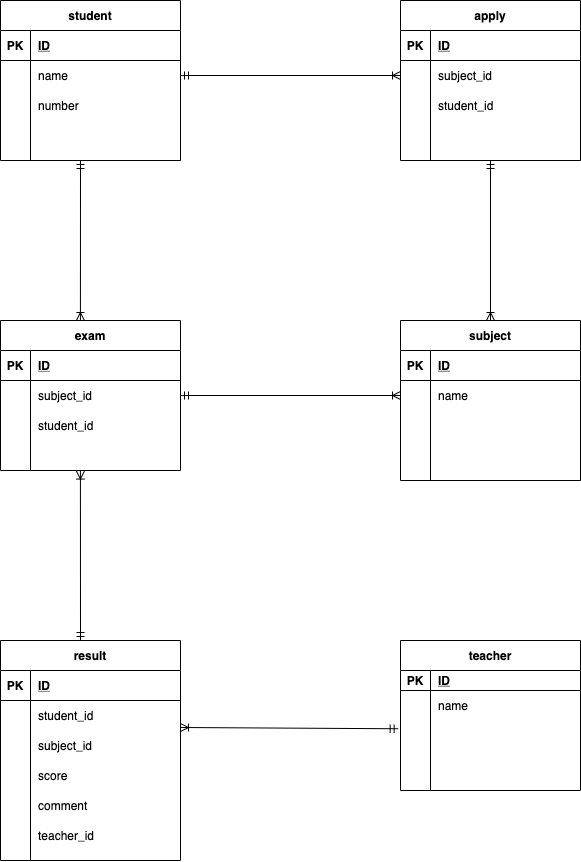
Above: index.drawio.png in kurakawaryunosuke/datebase (draw.io), before the change. Source tidied: cells renumbered, new cells last; positions are measured from the earlier drawing's top-left corner, leaving out a move shared by most shapes.
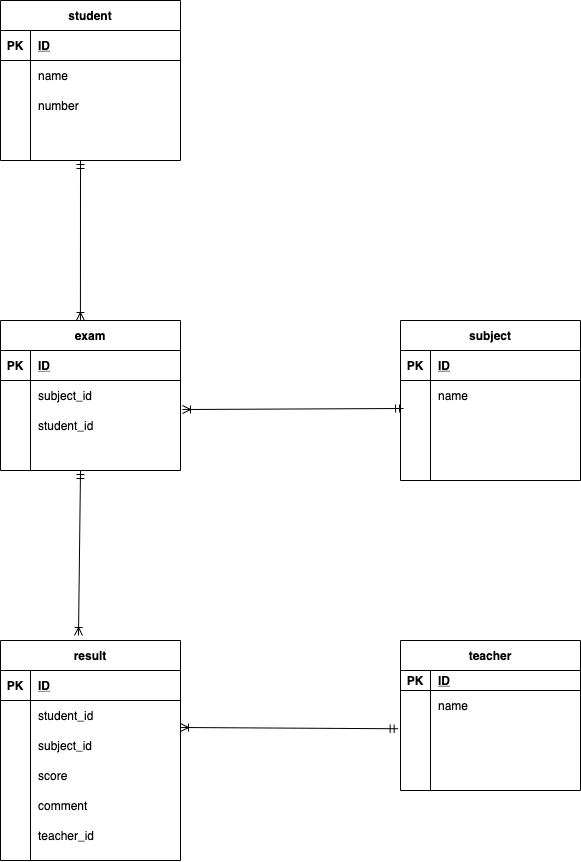
The same diagram one commit later.

Commit message:
リレーション

Change to the diagram source:
```diff
@@ -41,48 +41,6 @@
     <mxCell id="14" style="shape=partialRectangle;fillColor=none;top=0;left=0;bottom=0;right=0;align=left;spacingLeft=6;overflow=hidden;" parent="12" vertex="1">
       <mxGeometry x="30" width="150" height="30" as="geometry" />
     </mxCell>
-    <mxCell id="15" value="apply" style="shape=table;startSize=30;rowLines=0;fontStyle=1;align=center;" parent="1" vertex="1">
-      <mxGeometry x="400" width="180" height="160" as="geometry" />
-    </mxCell>
-    <mxCell id="16" style="shape=partialRectangle;fillColor=none;top=0;left=0;bottom=1;right=0;" parent="15" vertex="1">
-      <mxGeometry y="30" width="180" height="30" as="geometry" />
-    </mxCell>
-    <mxCell id="17" value="PK" style="shape=partialRectangle;fillColor=none;top=0;left=0;bottom=0;right=0;fontStyle=1;overflow=hidden;" parent="16" vertex="1">
-      <mxGeometry width="30" height="30" as="geometry" />
-    </mxCell>
-    <mxCell id="18" value="ID" style="shape=partialRectangle;fillColor=none;top=0;left=0;bottom=0;right=0;align=left;spacingLeft=6;fontStyle=5;overflow=hidden;" parent="16" vertex="1">
-      <mxGeometry x="30" width="150" height="30" as="geometry" />
-    </mxCell>
-    <mxCell id="19" style="shape=partialRectangle;fillColor=none;top=0;left=0;bottom=0;right=0;points=[[0,0.5],[1,0.5]];portConstraint=eastwest;" parent="15" vertex="1">
-      <mxGeometry y="60" width="180" height="30" as="geometry" />
-    </mxCell>
-    <mxCell id="20" style="shape=partialRectangle;fillColor=none;top=0;left=0;bottom=0;right=0;overflow=hidden;" parent="19" vertex="1">
-      <mxGeometry width="30" height="30" as="geometry" />
-    </mxCell>
-    <mxCell id="21" value="subject_id" style="shape=partialRectangle;fillColor=none;top=0;left=0;bottom=0;right=0;align=left;spacingLeft=6;overflow=hidden;" parent="19" vertex="1">
-      <mxGeometry x="30" width="150" height="30" as="geometry" />
-    </mxCell>
-    <mxCell id="22" style="shape=partialRectangle;fillColor=none;top=0;left=0;bottom=0;right=0;" parent="15" vertex="1">
-      <mxGeometry y="90" width="180" height="30" as="geometry" />
-    </mxCell>
-    <mxCell id="23" style="shape=partialRectangle;fillColor=none;top=0;left=0;bottom=0;right=0;overflow=hidden;" parent="22" vertex="1">
-      <mxGeometry width="30" height="30" as="geometry" />
-    </mxCell>
-    <mxCell id="24" value="student_id" style="shape=partialRectangle;fillColor=none;top=0;left=0;bottom=0;right=0;align=left;spacingLeft=6;overflow=hidden;" parent="22" vertex="1">
-      <mxGeometry x="30" width="150" height="30" as="geometry" />
-    </mxCell>
-    <mxCell id="25" style="shape=partialRectangle;fillColor=none;top=0;left=0;bottom=0;right=0;" parent="15" vertex="1">
-      <mxGeometry y="120" width="180" height="30" as="geometry" />
-    </mxCell>
-    <mxCell id="26" style="shape=partialRectangle;fillColor=none;top=0;left=0;bottom=0;right=0;overflow=hidden;" parent="25" vertex="1">
-      <mxGeometry width="30" height="30" as="geometry" />
-    </mxCell>
-    <mxCell id="27" style="shape=partialRectangle;fillColor=none;top=0;left=0;bottom=0;right=0;align=left;spacingLeft=6;overflow=hidden;" parent="25" vertex="1">
-      <mxGeometry x="30" width="150" height="30" as="geometry" />
-    </mxCell>
-    <mxCell id="28" style="fontSize=12;html=1;endArrow=ERoneToMany;startArrow=ERmandOne;exitX=1;exitY=0.5;exitDx=0;exitDy=0;entryX=0;entryY=0.5;entryDx=0;entryDy=0;" parent="1" edge="1" source="6" target="19">
-      <mxGeometry relative="1" as="geometry" />
-    </mxCell>
     <mxCell id="29" value="exam" style="shape=table;startSize=30;rowLines=0;fontStyle=1;align=center;" parent="1" vertex="1">
       <mxGeometry y="320" width="180" height="150" as="geometry" />
     </mxCell>
@@ -205,12 +163,6 @@
     <mxCell id="68" style="shape=partialRectangle;fillColor=none;top=0;left=0;bottom=0;right=0;align=left;spacingLeft=6;overflow=hidden;" parent="66" vertex="1">
       <mxGeometry x="30" width="150" height="30" as="geometry" />
     </mxCell>
-    <mxCell id="69" style="fontSize=12;html=1;endArrow=ERoneToMany;startArrow=ERmandOne;exitX=1;exitY=0.5;exitDx=0;exitDy=0;" parent="1" edge="1" source="33" target="47">
-      <mxGeometry relative="1" as="geometry" />
-    </mxCell>
-    <mxCell id="70" style="fontSize=12;html=1;endArrow=ERoneToMany;startArrow=ERmandOne;exitX=0.5;exitY=1;exitDx=0;exitDy=0;entryX=0.5;entryY=0;entryDx=0;entryDy=0;" parent="1" edge="1" source="15" target="43">
-      <mxGeometry relative="1" as="geometry" />
-    </mxCell>
     <mxCell id="71" value="result" style="shape=table;startSize=30;rowLines=0;fontStyle=1;align=center;" parent="1" vertex="1">
       <mxGeometry y="640" width="180" height="220" as="geometry" />
     </mxCell>
@@ -268,9 +220,10 @@
     <mxCell id="89" value="teacher_id" style="shape=partialRectangle;fillColor=none;top=0;left=0;bottom=0;right=0;align=left;spacingLeft=6;overflow=hidden;" parent="87" vertex="1">
       <mxGeometry x="30" width="150" height="30" as="geometry" />
     </mxCell>
-    <mxCell id="90" style="fontSize=12;html=1;endArrow=ERoneToMany;startArrow=ERmandOne;entryX=0.444;entryY=1.02;entryDx=0;entryDy=0;entryPerimeter=0;" parent="1" edge="1" target="39">
+    <mxCell id="90" style="fontSize=12;html=1;endArrow=ERoneToMany;startArrow=ERmandOne;" parent="1" edge="1">
       <mxGeometry relative="1" as="geometry">
-        <mxPoint x="80" y="640" as="sourcePoint" />
+        <mxPoint x="80" y="470" as="sourcePoint" />
+        <mxPoint x="78" y="635" as="targetPoint" />
       </mxGeometry>
     </mxCell>
     <mxCell id="91" style="fontSize=12;html=1;endArrow=ERoneToMany;startArrow=ERmandOne;exitX=-0.013;exitY=0.275;exitDx=0;exitDy=0;exitPerimeter=0;" parent="1" edge="1" source="63">
@@ -278,5 +231,8 @@
         <mxPoint x="180" y="727" as="targetPoint" />
       </mxGeometry>
     </mxCell>
+    <mxCell id="69" style="fontSize=12;html=1;endArrow=ERoneToMany;startArrow=ERmandOne;exitX=0.017;exitY=-0.067;exitDx=0;exitDy=0;entryX=1.011;entryY=-0.033;entryDx=0;entryDy=0;entryPerimeter=0;exitPerimeter=0;" parent="1" edge="1" source="50" target="36">
+      <mxGeometry relative="1" as="geometry" />
+    </mxCell>
   </root>
 </mxGraphModel>
```
